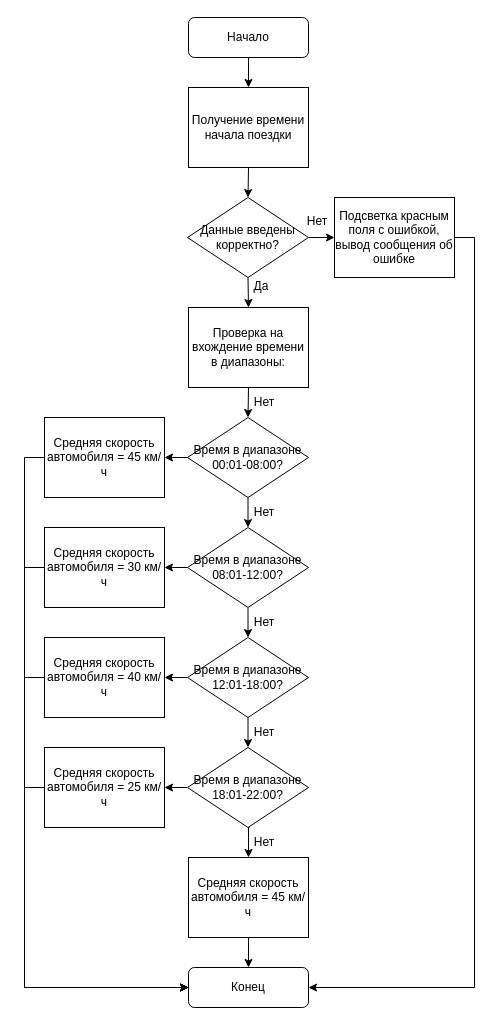
Before: yandex-routes-block-diagram.drawio in IG-Rock/QA-Yandex-course-project-1, a draw.io diagram. Source tidied: cells renumbered, new cells numbered last; positions are measured from the earlier drawing's top-left corner, leaving out a move shared by most shapes. Both pictures are drawn from the tidied source at 100%, with x=0, y=0 at pixel (44, 17).
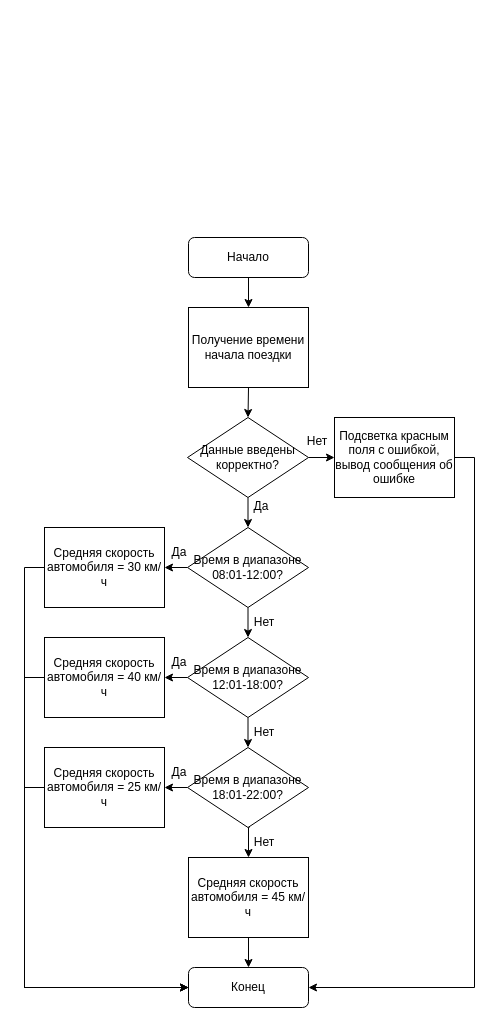
Above is the later version.

The change refers to these unchanged cells:
```xml
<mxCell id="4" value="Конец" style="rounded=1;whiteSpace=wrap;html=1;" parent="1" vertex="1">
  <mxGeometry x="144" y="950" width="120" height="40" as="geometry" />
</mxCell>
<mxCell id="21" value="&lt;div&gt;Время в диапазоне&lt;/div&gt;&lt;div&gt;08:01-12:00? &lt;/div&gt;" style="rhombus;whiteSpace=wrap;html=1;" parent="1" vertex="1">
  <mxGeometry x="143" y="510" width="121" height="80" as="geometry" />
</mxCell>
```

Change to the diagram source:
```diff
@@
     <mxCell id="3" value="Начало" style="rounded=1;whiteSpace=wrap;html=1;" parent="1" vertex="1">
-      <mxGeometry x="144" width="120" height="40" as="geometry" />
+      <mxGeometry x="144" y="220" width="120" height="40" as="geometry" />
     </mxCell>
@@
     <mxCell id="6" value="Получение времени начала поездки" style="rounded=0;whiteSpace=wrap;html=1;" parent="1" vertex="1">
-      <mxGeometry x="144" y="70" width="120" height="80" as="geometry" />
+      <mxGeometry x="144" y="290" width="120" height="80" as="geometry" />
     </mxCell>
-    <mxCell id="7" style="edgeStyle=orthogonalEdgeStyle;rounded=0;jettySize=auto;html=1;exitX=0.5;exitY=1;exitDx=0;exitDy=0;entryX=0.5;entryY=0;entryDx=0;entryDy=0;" parent="1" edge="1" source="9" target="11">
+    <mxCell id="7" style="edgeStyle=orthogonalEdgeStyle;rounded=0;jettySize=auto;html=1;exitX=0.5;exitY=1;exitDx=0;exitDy=0;entryX=0.5;entryY=0;entryDx=0;entryDy=0;" parent="1" edge="1" source="9" target="21">
       <mxGeometry relative="1" as="geometry" />
     </mxCell>
@@
     <mxCell id="9" value="Данные введены корректно?" style="rhombus;whiteSpace=wrap;html=1;" parent="1" vertex="1">
-      <mxGeometry x="143" y="180" width="121" height="80" as="geometry" />
+      <mxGeometry x="143" y="400" width="121" height="80" as="geometry" />
     </mxCell>
-    <mxCell id="10" style="edgeStyle=orthogonalEdgeStyle;rounded=0;jettySize=auto;html=1;exitX=0.5;exitY=1;exitDx=0;exitDy=0;entryX=0.5;entryY=0;entryDx=0;entryDy=0;" parent="1" edge="1" source="11" target="18">
-      <mxGeometry relative="1" as="geometry" />
-    </mxCell>
-    <mxCell id="11" value="Проверка на вхождение времени в диапазоны:" style="rounded=0;whiteSpace=wrap;html=1;" parent="1" vertex="1">
-      <mxGeometry x="144" y="290" width="120" height="80" as="geometry" />
-    </mxCell>
@@
     <mxCell id="13" value="Подсветка красным поля с ошибкой, вывод сообщения об ошибке" style="rounded=0;whiteSpace=wrap;html=1;" parent="1" vertex="1">
-      <mxGeometry x="290" y="180" width="120" height="80" as="geometry" />
+      <mxGeometry x="290" y="400" width="120" height="80" as="geometry" />
     </mxCell>
     <mxCell id="14" value="Да" style="text;html=1;strokeColor=none;fillColor=none;align=center;verticalAlign=middle;whiteSpace=wrap;rounded=0;" parent="1" vertex="1">
-      <mxGeometry x="187" y="254" width="60" height="30" as="geometry" />
+      <mxGeometry x="187" y="474" width="60" height="30" as="geometry" />
     </mxCell>
     <mxCell id="15" value="Нет" style="text;html=1;strokeColor=none;fillColor=none;align=center;verticalAlign=middle;whiteSpace=wrap;rounded=0;" parent="1" vertex="1">
-      <mxGeometry x="243" y="189" width="60" height="30" as="geometry" />
+      <mxGeometry x="243" y="409" width="60" height="30" as="geometry" />
     </mxCell>
-    <mxCell id="16" style="edgeStyle=orthogonalEdgeStyle;rounded=0;jettySize=auto;html=1;exitX=0.5;exitY=1;exitDx=0;exitDy=0;entryX=0.5;entryY=0;entryDx=0;entryDy=0;" parent="1" edge="1" source="18" target="21">
-      <mxGeometry relative="1" as="geometry" />
-    </mxCell>
-    <mxCell id="17" style="edgeStyle=orthogonalEdgeStyle;rounded=0;jettySize=auto;html=1;exitX=0;exitY=0.5;exitDx=0;exitDy=0;entryX=1;entryY=0.5;entryDx=0;entryDy=0;" parent="1" edge="1" source="18" target="36">
-      <mxGeometry relative="1" as="geometry" />
+    <mxCell id="17" style="edgeStyle=orthogonalEdgeStyle;rounded=0;orthogonalLoop=1;jettySize=auto;html=1;exitX=0;exitY=0.5;exitDx=0;exitDy=0;entryX=1;entryY=0.5;entryDx=0;entryDy=0;" parent="1" edge="1">
+      <mxGeometry relative="1" as="geometry">
+        <mxPoint x="143" y="550" as="sourcePoint" />
+      </mxGeometry>
     </mxCell>
-    <mxCell id="18" value="&lt;div&gt;Время в диапазоне&lt;/div&gt;&lt;div&gt;00:01-08:00? &lt;/div&gt;" style="rhombus;whiteSpace=wrap;html=1;" parent="1" vertex="1">
-      <mxGeometry x="143" y="400" width="121" height="80" as="geometry" />
-    </mxCell>
@@
-    <mxCell id="27" value="Нет" style="text;html=1;strokeColor=none;fillColor=none;align=center;verticalAlign=middle;whiteSpace=wrap;rounded=0;" parent="1" vertex="1">
-      <mxGeometry x="190" y="370" width="60" height="30" as="geometry" />
-    </mxCell>
-    <mxCell id="28" value="Нет" style="text;html=1;strokeColor=none;fillColor=none;align=center;verticalAlign=middle;whiteSpace=wrap;rounded=0;" parent="1" vertex="1">
-      <mxGeometry x="190" y="480" width="60" height="30" as="geometry" />
-    </mxCell>
@@
-    <mxCell id="35" style="edgeStyle=orthogonalEdgeStyle;rounded=0;jettySize=auto;html=1;exitX=0;exitY=0.5;exitDx=0;exitDy=0;entryX=0;entryY=0.5;entryDx=0;entryDy=0;" parent="1" edge="1" source="36" target="4">
-      <mxGeometry relative="1" as="geometry" />
-    </mxCell>
-    <mxCell id="36" value="Средняя скорость автомобиля = 45 км/ч" style="rounded=0;whiteSpace=wrap;html=1;" parent="1" vertex="1">
-      <mxGeometry y="400" width="120" height="80" as="geometry" />
-    </mxCell>
@@
+    <mxCell id="43" value="Да" style="text;html=1;strokeColor=none;fillColor=none;align=center;verticalAlign=middle;whiteSpace=wrap;rounded=0;" parent="1" vertex="1">
+      <mxGeometry x="105" y="520" width="60" height="30" as="geometry" />
+    </mxCell>
+    <mxCell id="44" value="Да" style="text;html=1;strokeColor=none;fillColor=none;align=center;verticalAlign=middle;whiteSpace=wrap;rounded=0;" parent="1" vertex="1">
+      <mxGeometry x="105" y="630" width="60" height="30" as="geometry" />
+    </mxCell>
+    <mxCell id="45" value="Да" style="text;html=1;strokeColor=none;fillColor=none;align=center;verticalAlign=middle;whiteSpace=wrap;rounded=0;" parent="1" vertex="1">
+      <mxGeometry x="105" y="740" width="60" height="30" as="geometry" />
+    </mxCell>
```
